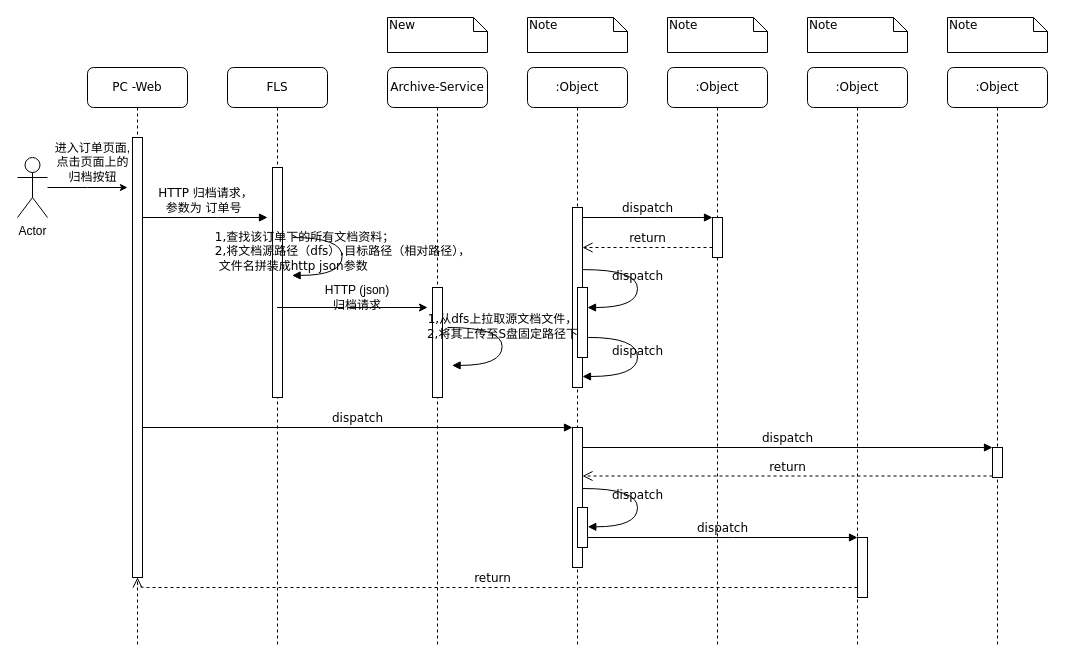
The draw.io diagram Untitled Diagram.drawio in zhxzhx12/testGit, before the edit. Source tidied: cells renumbered, new cells numbered last; positions are measured from the earlier drawing's top-left corner, leaving out a move shared by most shapes. Both pictures are drawn from the tidied source at 100%, with x=0, y=0 at pixel (17, 17).
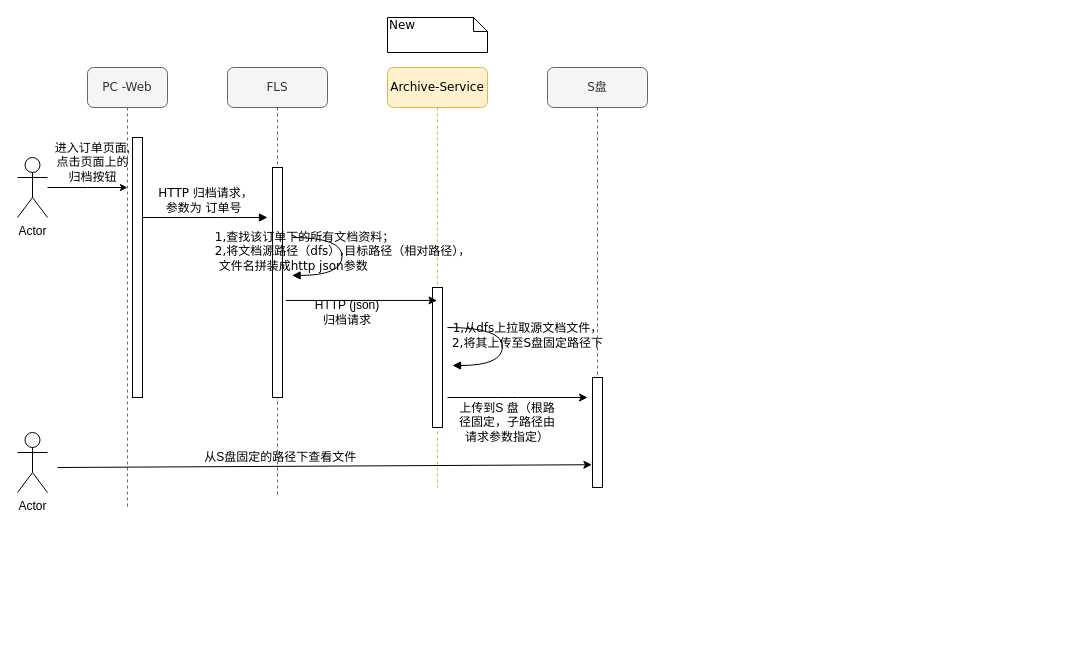
Above is the later version.

Unchanged cells that the change refers to:
```xml
<mxCell id="3" style="html=1;points=[];perimeter=orthogonalPerimeter;rounded=0;shadow=0;comic=0;labelBackgroundColor=none;strokeWidth=1;fontFamily=Verdana;fontSize=12;align=center;" parent="2" vertex="1">
  <mxGeometry x="45" y="100" width="10" height="230" as="geometry" />
</mxCell>
```

What changed in the source:
```diff
@@
-    <mxCell id="2" value="FLS" style="shape=umlLifeline;perimeter=lifelinePerimeter;whiteSpace=wrap;html=1;outlineConnect=0;rounded=1;shadow=0;comic=0;labelBackgroundColor=none;strokeWidth=1;fontFamily=Verdana;fontSize=12;align=center;" parent="1" vertex="1">
-      <mxGeometry x="210" y="50" width="100" height="580" as="geometry" />
+    <mxCell id="2" value="FLS" style="shape=umlLifeline;perimeter=lifelinePerimeter;whiteSpace=wrap;html=1;outlineConnect=0;rounded=1;shadow=0;comic=0;labelBackgroundColor=none;strokeWidth=1;fontFamily=Verdana;fontSize=12;align=center;fillColor=#f5f5f5;strokeColor=#666666;fontColor=#333333;" parent="1" vertex="1">
+      <mxGeometry x="210" y="50" width="100" height="430" as="geometry" />
     </mxCell>
@@
-    <mxCell id="4" value="Archive-Service" style="shape=umlLifeline;perimeter=lifelinePerimeter;whiteSpace=wrap;html=1;outlineConnect=0;rounded=1;shadow=0;comic=0;labelBackgroundColor=none;strokeWidth=1;fontFamily=Verdana;fontSize=12;align=center;" parent="1" vertex="1">
-      <mxGeometry x="370" y="50" width="100" height="580" as="geometry" />
+    <mxCell id="4" value="Archive-Service" style="shape=umlLifeline;perimeter=lifelinePerimeter;whiteSpace=wrap;html=1;outlineConnect=0;rounded=1;shadow=0;comic=0;labelBackgroundColor=none;strokeWidth=1;fontFamily=Verdana;fontSize=12;align=center;fillColor=#fff2cc;strokeColor=#d6b656;" parent="1" vertex="1">
+      <mxGeometry x="370" y="50" width="100" height="420" as="geometry" />
     </mxCell>
     <mxCell id="5" style="html=1;perimeter=orthogonalPerimeter;rounded=0;shadow=0;comic=0;labelBackgroundColor=none;strokeWidth=1;fontFamily=Verdana;fontSize=12;align=center;" parent="4" vertex="1">
-      <mxGeometry x="45" y="220" width="10" height="110" as="geometry" />
+      <mxGeometry x="45" y="220" width="10" height="140" as="geometry" />
     </mxCell>
-    <mxCell id="6" value=":Object" style="shape=umlLifeline;perimeter=lifelinePerimeter;whiteSpace=wrap;html=1;rounded=1;shadow=0;comic=0;labelBackgroundColor=none;strokeWidth=1;fontFamily=Verdana;fontSize=12;align=center;" parent="1" vertex="1">
-      <mxGeometry x="510" y="50" width="100" height="580" as="geometry" />
-    </mxCell>
-    <mxCell id="7" value=":Object" style="shape=umlLifeline;perimeter=lifelinePerimeter;whiteSpace=wrap;html=1;rounded=1;shadow=0;comic=0;labelBackgroundColor=none;strokeWidth=1;fontFamily=Verdana;fontSize=12;align=center;" parent="1" vertex="1">
-      <mxGeometry x="650" y="50" width="100" height="580" as="geometry" />
-    </mxCell>
-    <mxCell id="8" value=":Object" style="shape=umlLifeline;perimeter=lifelinePerimeter;whiteSpace=wrap;html=1;rounded=1;shadow=0;comic=0;labelBackgroundColor=none;strokeWidth=1;fontFamily=Verdana;fontSize=12;align=center;" parent="1" vertex="1">
-      <mxGeometry x="790" y="50" width="100" height="580" as="geometry" />
-    </mxCell>
-    <mxCell id="9" value=":Object" style="shape=umlLifeline;perimeter=lifelinePerimeter;whiteSpace=wrap;html=1;rounded=1;shadow=0;comic=0;labelBackgroundColor=none;strokeWidth=1;fontFamily=Verdana;fontSize=12;align=center;" parent="1" vertex="1">
-      <mxGeometry x="930" y="50" width="100" height="580" as="geometry" />
-    </mxCell>
-    <mxCell id="10" value="PC -Web" style="shape=umlLifeline;perimeter=lifelinePerimeter;whiteSpace=wrap;html=1;rounded=1;shadow=0;comic=0;labelBackgroundColor=none;strokeWidth=1;fontFamily=Verdana;fontSize=12;align=center;" parent="1" vertex="1">
-      <mxGeometry x="70" y="50" width="100" height="580" as="geometry" />
+    <mxCell id="10" value="PC -Web" style="shape=umlLifeline;perimeter=lifelinePerimeter;whiteSpace=wrap;html=1;rounded=1;shadow=0;comic=0;labelBackgroundColor=none;strokeWidth=1;fontFamily=Verdana;fontSize=12;align=center;fillColor=#f5f5f5;strokeColor=#666666;fontColor=#333333;" parent="1" vertex="1">
+      <mxGeometry x="70" y="50" width="80" height="440" as="geometry" />
     </mxCell>
     <mxCell id="11" style="html=1;points=[];perimeter=orthogonalPerimeter;rounded=0;shadow=0;comic=0;labelBackgroundColor=none;strokeWidth=1;fontFamily=Verdana;fontSize=12;align=center;" parent="10" vertex="1">
-      <mxGeometry x="45" y="70" width="10" height="440" as="geometry" />
+      <mxGeometry x="45" y="70" width="10" height="260" as="geometry" />
     </mxCell>
-    <mxCell id="12" style="html=1;points=[];perimeter=orthogonalPerimeter;rounded=0;shadow=0;comic=0;labelBackgroundColor=none;strokeWidth=1;fontFamily=Verdana;fontSize=12;align=center;" parent="1" vertex="1">
-      <mxGeometry x="555" y="190" width="10" height="180" as="geometry" />
-    </mxCell>
-    <mxCell id="13" style="html=1;points=[];perimeter=orthogonalPerimeter;rounded=0;shadow=0;comic=0;labelBackgroundColor=none;strokeWidth=1;fontFamily=Verdana;fontSize=12;align=center;" parent="1" vertex="1">
-      <mxGeometry x="695" y="200" width="10" height="40" as="geometry" />
-    </mxCell>
-    <mxCell id="14" value="dispatch" style="html=1;verticalAlign=bottom;endArrow=block;entryX=0;entryY=0;labelBackgroundColor=none;fontFamily=Verdana;fontSize=12;edgeStyle=elbowEdgeStyle;elbow=vertical;" parent="1" edge="1" source="12" target="13">
-      <mxGeometry relative="1" as="geometry" />
-    </mxCell>
-    <mxCell id="15" value="return" style="html=1;verticalAlign=bottom;endArrow=open;dashed=1;endSize=8;labelBackgroundColor=none;fontFamily=Verdana;fontSize=12;edgeStyle=elbowEdgeStyle;elbow=vertical;" parent="1" edge="1" source="13" target="12">
-      <mxGeometry relative="1" as="geometry">
-        <Array as="points">
-          <mxPoint x="640" y="230" />
-          <mxPoint x="670" y="230" />
-        </Array>
-      </mxGeometry>
-    </mxCell>
-    <mxCell id="16" style="html=1;points=[];perimeter=orthogonalPerimeter;rounded=0;shadow=0;comic=0;labelBackgroundColor=none;strokeWidth=1;fontFamily=Verdana;fontSize=12;align=center;" parent="1" vertex="1">
-      <mxGeometry x="555" y="410" width="10" height="140" as="geometry" />
-    </mxCell>
-    <mxCell id="17" value="dispatch" style="html=1;verticalAlign=bottom;endArrow=block;entryX=0;entryY=0;labelBackgroundColor=none;fontFamily=Verdana;fontSize=12;" parent="1" edge="1" source="11" target="16">
-      <mxGeometry relative="1" as="geometry" />
-    </mxCell>
-    <mxCell id="18" style="html=1;points=[];perimeter=orthogonalPerimeter;rounded=0;shadow=0;comic=0;labelBackgroundColor=none;strokeColor=#000000;strokeWidth=1;fillColor=#FFFFFF;fontFamily=Verdana;fontSize=12;fontColor=#000000;align=center;" parent="1" vertex="1">
-      <mxGeometry x="975" y="430" width="10" height="30" as="geometry" />
-    </mxCell>
-    <mxCell id="19" value="dispatch" style="html=1;verticalAlign=bottom;endArrow=block;entryX=0;entryY=0;labelBackgroundColor=none;fontFamily=Verdana;fontSize=12;" parent="1" edge="1" source="16" target="18">
-      <mxGeometry relative="1" as="geometry" />
-    </mxCell>
-    <mxCell id="20" value="return" style="html=1;verticalAlign=bottom;endArrow=open;dashed=1;endSize=8;exitX=0;exitY=0.95;labelBackgroundColor=none;fontFamily=Verdana;fontSize=12;" parent="1" edge="1" source="18" target="16">
-      <mxGeometry relative="1" as="geometry" />
-    </mxCell>
-    <mxCell id="21" style="html=1;points=[];perimeter=orthogonalPerimeter;rounded=0;shadow=0;comic=0;labelBackgroundColor=none;strokeWidth=1;fontFamily=Verdana;fontSize=12;align=center;" parent="1" vertex="1">
-      <mxGeometry x="840" y="520" width="10" height="60" as="geometry" />
-    </mxCell>
-    <mxCell id="22" value="dispatch" style="html=1;verticalAlign=bottom;endArrow=block;entryX=0;entryY=0;labelBackgroundColor=none;fontFamily=Verdana;fontSize=12;edgeStyle=elbowEdgeStyle;elbow=vertical;" parent="1" edge="1" source="28" target="21">
-      <mxGeometry relative="1" as="geometry" />
-    </mxCell>
-    <mxCell id="23" value="return" style="html=1;verticalAlign=bottom;endArrow=open;dashed=1;endSize=8;labelBackgroundColor=none;fontFamily=Verdana;fontSize=12;edgeStyle=elbowEdgeStyle;elbow=vertical;" parent="1" edge="1" source="21" target="11">
-      <mxGeometry relative="1" as="geometry">
-        <Array as="points">
-          <mxPoint x="540" y="570" />
-        </Array>
-      </mxGeometry>
-    </mxCell>
+    <mxCell id="43" style="endArrow=classic;html=1;entryX=-0.062;entryY=0.793;entryDx=0;entryDy=0;entryPerimeter=0;" parent="10" edge="1" target="47">
+      <mxGeometry relative="1" as="geometry">
+        <mxPoint x="-30" y="400" as="sourcePoint" />
+      </mxGeometry>
+    </mxCell>
+    <mxCell id="44" value="从S盘固定的路径下查看文件&amp;nbsp;" style="text;html=1;strokeColor=none;fillColor=none;align=center;verticalAlign=middle;whiteSpace=wrap;rounded=0;" parent="10" vertex="1">
+      <mxGeometry x="80" y="380" width="230" height="20" as="geometry" />
+    </mxCell>
@@
-    <mxCell id="25" style="html=1;points=[];perimeter=orthogonalPerimeter;rounded=0;shadow=0;comic=0;labelBackgroundColor=none;strokeWidth=1;fontFamily=Verdana;fontSize=12;align=center;" parent="1" vertex="1">
-      <mxGeometry x="560" y="270" width="10" height="70" as="geometry" />
-    </mxCell>
-    <mxCell id="26" value="dispatch" style="html=1;verticalAlign=bottom;endArrow=block;labelBackgroundColor=none;fontFamily=Verdana;fontSize=12;elbow=vertical;edgeStyle=orthogonalEdgeStyle;curved=1;entryX=1;entryY=0.286;entryPerimeter=0;exitX=1.038;exitY=0.345;exitPerimeter=0;" parent="1" edge="1" source="12" target="25">
-      <mxGeometry relative="1" as="geometry">
-        <Array as="points">
-          <mxPoint x="620" y="252" />
-          <mxPoint x="620" y="290" />
-        </Array>
-      </mxGeometry>
-    </mxCell>
-    <mxCell id="27" value="dispatch" style="html=1;verticalAlign=bottom;endArrow=block;labelBackgroundColor=none;fontFamily=Verdana;fontSize=12;elbow=vertical;edgeStyle=orthogonalEdgeStyle;curved=1;exitX=1.066;exitY=0.713;exitPerimeter=0;" parent="1" edge="1" source="25">
-      <mxGeometry relative="1" as="geometry">
-        <mxPoint x="565" y="359" as="targetPoint" />
-        <Array as="points">
-          <mxPoint x="620" y="320" />
-          <mxPoint x="620" y="359" />
-        </Array>
-      </mxGeometry>
-    </mxCell>
-    <mxCell id="28" style="html=1;points=[];perimeter=orthogonalPerimeter;rounded=0;shadow=0;comic=0;labelBackgroundColor=none;strokeWidth=1;fontFamily=Verdana;fontSize=12;align=center;" parent="1" vertex="1">
-      <mxGeometry x="560" y="490" width="10" height="40" as="geometry" />
-    </mxCell>
-    <mxCell id="29" value="dispatch" style="html=1;verticalAlign=bottom;endArrow=block;labelBackgroundColor=none;fontFamily=Verdana;fontSize=12;elbow=vertical;edgeStyle=orthogonalEdgeStyle;curved=1;entryX=1;entryY=0.286;entryPerimeter=0;exitX=1.038;exitY=0.345;exitPerimeter=0;" parent="1" edge="1">
-      <mxGeometry relative="1" as="geometry">
-        <mxPoint x="565.3" y="471" as="sourcePoint" />
-        <mxPoint x="570.3" y="509.3" as="targetPoint" />
-        <Array as="points">
-          <mxPoint x="620" y="471" />
-          <mxPoint x="620" y="509" />
-        </Array>
-      </mxGeometry>
-    </mxCell>
@@
-    <mxCell id="31" value="Note" style="shape=note;whiteSpace=wrap;html=1;size=14;verticalAlign=top;align=left;spacingTop=-6;rounded=0;shadow=0;comic=0;labelBackgroundColor=none;strokeWidth=1;fontFamily=Verdana;fontSize=12;" parent="1" vertex="1">
-      <mxGeometry x="510" width="100" height="35" as="geometry" />
-    </mxCell>
-    <mxCell id="32" value="Note" style="shape=note;whiteSpace=wrap;html=1;size=14;verticalAlign=top;align=left;spacingTop=-6;rounded=0;shadow=0;comic=0;labelBackgroundColor=none;strokeWidth=1;fontFamily=Verdana;fontSize=12;" parent="1" vertex="1">
-      <mxGeometry x="650" width="100" height="35" as="geometry" />
-    </mxCell>
-    <mxCell id="33" value="Note" style="shape=note;whiteSpace=wrap;html=1;size=14;verticalAlign=top;align=left;spacingTop=-6;rounded=0;shadow=0;comic=0;labelBackgroundColor=none;strokeWidth=1;fontFamily=Verdana;fontSize=12;" parent="1" vertex="1">
-      <mxGeometry x="790" width="100" height="35" as="geometry" />
-    </mxCell>
-    <mxCell id="34" value="Note" style="shape=note;whiteSpace=wrap;html=1;size=14;verticalAlign=top;align=left;spacingTop=-6;rounded=0;shadow=0;comic=0;labelBackgroundColor=none;strokeWidth=1;fontFamily=Verdana;fontSize=12;" parent="1" vertex="1">
-      <mxGeometry x="930" width="100" height="35" as="geometry" />
-    </mxCell>
@@
-    <mxCell id="39" style="endArrow=classic;html=1;startArrow=none;" parent="1" edge="1" source="40">
-      <mxGeometry relative="1" as="geometry">
-        <mxPoint x="410" y="290" as="targetPoint" />
-        <Array as="points">
-          <mxPoint x="330" y="290" />
-        </Array>
-      </mxGeometry>
-    </mxCell>
     <mxCell id="40" value="HTTP (json) 归档请求" style="text;html=1;strokeColor=none;fillColor=none;align=center;verticalAlign=middle;whiteSpace=wrap;rounded=0;" parent="1" vertex="1">
-      <mxGeometry x="300" y="270" width="80" height="20" as="geometry" />
+      <mxGeometry x="290" y="270" width="80" height="50" as="geometry" />
     </mxCell>
-    <mxCell id="41" style="endArrow=none;html=1;" parent="1" edge="1" source="2" target="40">
-      <mxGeometry relative="1" as="geometry" />
-    </mxCell>
-    <mxCell id="42" value="1,从dfs上拉取源文档文件，&lt;br&gt;2,将其上传至S盘固定路径下" style="html=1;verticalAlign=bottom;endArrow=block;labelBackgroundColor=none;fontFamily=Verdana;fontSize=12;elbow=vertical;edgeStyle=orthogonalEdgeStyle;curved=1;entryX=1;entryY=0.286;entryPerimeter=0;exitX=1.038;exitY=0.345;exitPerimeter=0;" parent="1" edge="1">
-      <mxGeometry relative="1" as="geometry">
+    <mxCell id="42" value="1,从dfs上拉取源文档文件，&lt;br&gt;2,将其上传至S盘固定路径下" style="html=1;verticalAlign=bottom;endArrow=block;labelBackgroundColor=none;fontFamily=Verdana;fontSize=12;elbow=vertical;edgeStyle=orthogonalEdgeStyle;curved=1;exitX=1.038;exitY=0.345;exitPerimeter=0;" parent="1" edge="1">
+      <mxGeometry x="0.12" y="25" relative="1" as="geometry">
         <mxPoint x="430" y="310" as="sourcePoint" />
-        <mxPoint x="434.6" y="347.9" as="targetPoint" />
+        <mxPoint x="435" y="348" as="targetPoint" />
         <Array as="points">
-          <mxPoint x="484.6" y="309.9" />
-          <mxPoint x="484.6" y="347.9" />
+          <mxPoint x="485" y="310" />
+          <mxPoint x="485" y="348" />
         </Array>
       </mxGeometry>
     </mxCell>
+    <mxCell id="45" style="endArrow=classic;html=1;exitX=1.338;exitY=0.578;exitDx=0;exitDy=0;exitPerimeter=0;" parent="1" edge="1" source="3" target="4">
+      <mxGeometry relative="1" as="geometry" />
+    </mxCell>
+    <mxCell id="46" value="S盘" style="shape=umlLifeline;perimeter=lifelinePerimeter;whiteSpace=wrap;html=1;rounded=1;shadow=0;comic=0;labelBackgroundColor=none;strokeWidth=1;fontFamily=Verdana;fontSize=12;align=center;fillColor=#f5f5f5;strokeColor=#666666;fontColor=#333333;" parent="1" vertex="1">
+      <mxGeometry x="530" y="50" width="100" height="420" as="geometry" />
+    </mxCell>
+    <mxCell id="47" style="html=1;points=[];perimeter=orthogonalPerimeter;rounded=0;shadow=0;comic=0;labelBackgroundColor=none;strokeWidth=1;fontFamily=Verdana;fontSize=12;align=center;" parent="46" vertex="1">
+      <mxGeometry x="45" y="310" width="10" height="110" as="geometry" />
+    </mxCell>
+    <mxCell id="48" style="endArrow=classic;html=1;" parent="1" edge="1">
+      <mxGeometry relative="1" as="geometry">
+        <mxPoint x="430" y="380" as="sourcePoint" />
+        <mxPoint x="570" y="380" as="targetPoint" />
+        <Array as="points">
+          <mxPoint x="490" y="380" />
+        </Array>
+      </mxGeometry>
+    </mxCell>
+    <mxCell id="49" value="上传到S 盘（根路径固定，子路径由请求参数指定）" style="text;html=1;strokeColor=none;fillColor=none;align=center;verticalAlign=middle;whiteSpace=wrap;rounded=0;" parent="1" vertex="1">
+      <mxGeometry x="440" y="395" width="100" height="20" as="geometry" />
+    </mxCell>
+    <mxCell id="50" value="Actor" style="shape=umlActor;verticalLabelPosition=bottom;verticalAlign=top;html=1;" parent="1" vertex="1">
+      <mxGeometry y="415" width="30" height="60" as="geometry" />
+    </mxCell>
```
